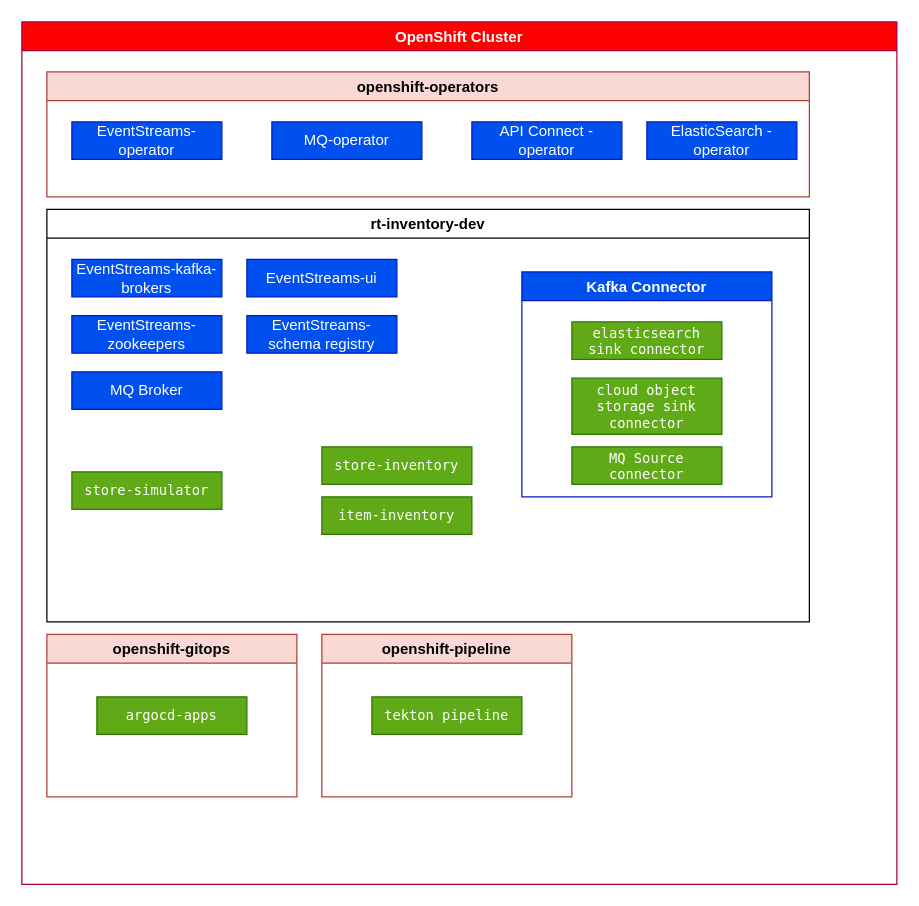
Above: docs/diagrams/hl-view.drawio in ibm-cloud-architecture/eda-rt-inventory-gitops (draw.io), before the change. Source tidied: cells renumbered, new cells numbered last; positions are measured from the earlier drawing's top-left corner, leaving out a move shared by most shapes. Both pictures are drawn from the tidied source at 125%, with x=0, y=0 at pixel (21, 21).
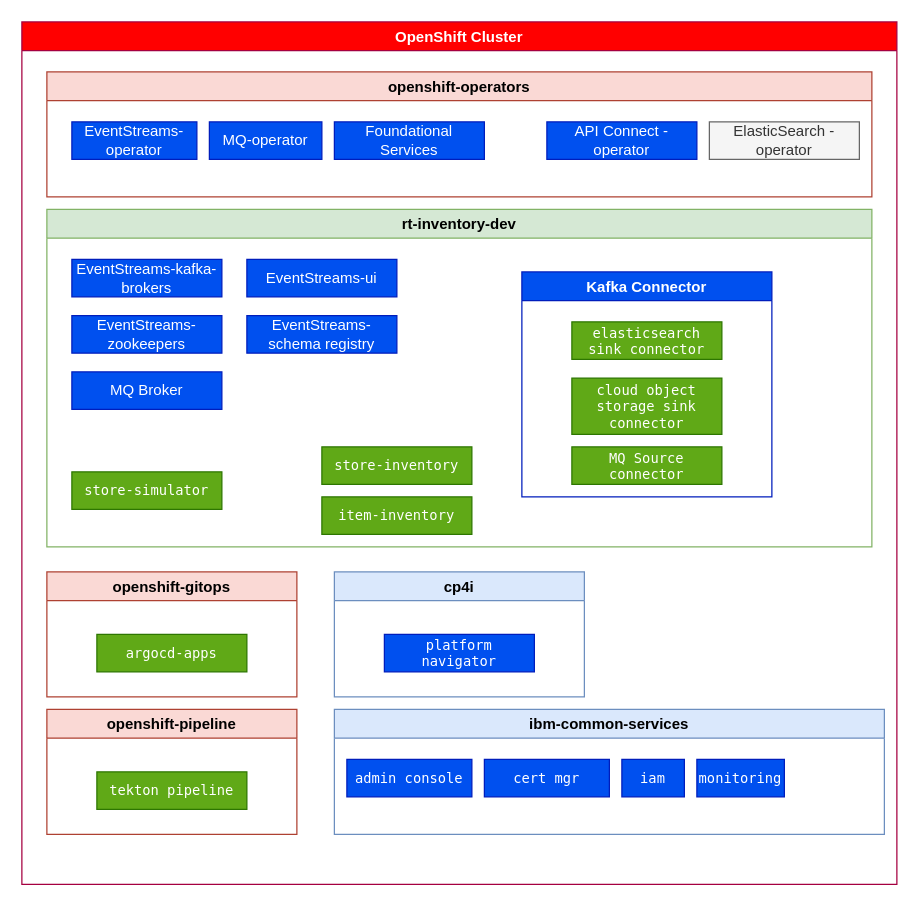
The same page after the edit.

Unchanged cells that the change refers to:
```xml
<mxCell id="2" value="OpenShift Cluster" style="swimlane;fillColor=#FF0000;fontColor=#ffffff;strokeColor=#A50040;" parent="1" vertex="1">
  <mxGeometry width="700" height="690" as="geometry" />
</mxCell>
```

Change to the diagram source:
```diff
@@
     <mxCell id="3" value="openshift-operators" style="swimlane;fillColor=#fad9d5;strokeColor=#ae4132;" parent="2" vertex="1">
-      <mxGeometry x="20" y="40" width="610" height="100" as="geometry" />
+      <mxGeometry x="20" y="40" width="660" height="100" as="geometry" />
     </mxCell>
     <mxCell id="4" value="EventStreams-operator" style="rounded=0;whiteSpace=wrap;html=1;fillColor=#0050ef;fontColor=#ffffff;strokeColor=#001DBC;" parent="3" vertex="1">
-      <mxGeometry x="20" y="40" width="120" height="30" as="geometry" />
+      <mxGeometry x="20" y="40" width="100" height="30" as="geometry" />
     </mxCell>
     <mxCell id="5" value="MQ-operator" style="rounded=0;whiteSpace=wrap;html=1;fillColor=#0050ef;fontColor=#ffffff;strokeColor=#001DBC;" parent="3" vertex="1">
-      <mxGeometry x="180" y="40" width="120" height="30" as="geometry" />
+      <mxGeometry x="130" y="40" width="90" height="30" as="geometry" />
     </mxCell>
     <mxCell id="6" value="API Connect -operator" style="rounded=0;whiteSpace=wrap;html=1;fillColor=#0050ef;fontColor=#ffffff;strokeColor=#001DBC;" parent="3" vertex="1">
-      <mxGeometry x="340" y="40" width="120" height="30" as="geometry" />
+      <mxGeometry x="400" y="40" width="120" height="30" as="geometry" />
     </mxCell>
-    <mxCell id="7" value="ElasticSearch -operator" style="rounded=0;whiteSpace=wrap;html=1;fillColor=#0050ef;fontColor=#ffffff;strokeColor=#001DBC;" parent="3" vertex="1">
-      <mxGeometry x="480" y="40" width="120" height="30" as="geometry" />
+    <mxCell id="7" value="ElasticSearch -operator" style="rounded=0;whiteSpace=wrap;html=1;fillColor=#f5f5f5;fontColor=#333333;strokeColor=#666666;" parent="3" vertex="1">
+      <mxGeometry x="530" y="40" width="120" height="30" as="geometry" />
     </mxCell>
+    <mxCell id="25" value="Foundational Services" style="rounded=0;whiteSpace=wrap;html=1;fillColor=#0050ef;fontColor=#ffffff;strokeColor=#001DBC;" parent="3" vertex="1">
+      <mxGeometry x="230" y="40" width="120" height="30" as="geometry" />
+    </mxCell>
-    <mxCell id="8" value="rt-inventory-dev" style="swimlane;" parent="2" vertex="1">
-      <mxGeometry x="20" y="150" width="610" height="330" as="geometry" />
+    <mxCell id="8" value="rt-inventory-dev" style="swimlane;fillColor=#d5e8d4;strokeColor=#82b366;" parent="2" vertex="1">
+      <mxGeometry x="20" y="150" width="660" height="270" as="geometry" />
     </mxCell>
@@
     <mxCell id="21" value="openshift-gitops" style="swimlane;fillColor=#fad9d5;strokeColor=#ae4132;" parent="2" vertex="1">
-      <mxGeometry x="20" y="490" width="200" height="130" as="geometry" />
+      <mxGeometry x="20" y="440" width="200" height="100" as="geometry" />
     </mxCell>
@@
     <mxCell id="23" value="openshift-pipeline" style="swimlane;fillColor=#fad9d5;strokeColor=#ae4132;" parent="2" vertex="1">
-      <mxGeometry x="240" y="490" width="200" height="130" as="geometry" />
+      <mxGeometry x="20" y="550" width="200" height="100" as="geometry" />
     </mxCell>
@@
+    <mxCell id="26" value="cp4i" style="swimlane;fillColor=#dae8fc;strokeColor=#6c8ebf;" parent="2" vertex="1">
+      <mxGeometry x="250" y="440" width="200" height="100" as="geometry" />
+    </mxCell>
+    <mxCell id="27" value="&lt;p class=&quot;p1&quot; style=&quot;margin: 0px ; font-stretch: normal ; font-size: 11px ; line-height: normal ; font-family: &amp;#34;menlo&amp;#34;&quot;&gt;&lt;span class=&quot;s1&quot;&gt;platform navigator&lt;/span&gt;&lt;/p&gt;" style="rounded=0;whiteSpace=wrap;html=1;fillColor=#0050ef;fontColor=#ffffff;strokeColor=#001DBC;" parent="26" vertex="1">
+      <mxGeometry x="40" y="50" width="120" height="30" as="geometry" />
+    </mxCell>
+    <mxCell id="28" value="ibm-common-services" style="swimlane;fillColor=#dae8fc;strokeColor=#6c8ebf;" parent="2" vertex="1">
+      <mxGeometry x="250" y="550" width="440" height="100" as="geometry" />
+    </mxCell>
+    <mxCell id="29" value="&lt;p class=&quot;p1&quot; style=&quot;margin: 0px ; font-stretch: normal ; font-size: 11px ; line-height: normal ; font-family: &amp;#34;menlo&amp;#34;&quot;&gt;&lt;span class=&quot;s1&quot;&gt;admin console&lt;/span&gt;&lt;/p&gt;" style="rounded=0;whiteSpace=wrap;html=1;fillColor=#0050ef;fontColor=#ffffff;strokeColor=#001DBC;" parent="28" vertex="1">
+      <mxGeometry x="10" y="40" width="100" height="30" as="geometry" />
+    </mxCell>
+    <mxCell id="30" value="&lt;p class=&quot;p1&quot; style=&quot;margin: 0px ; font-stretch: normal ; font-size: 11px ; line-height: normal ; font-family: &amp;#34;menlo&amp;#34;&quot;&gt;&lt;span class=&quot;s1&quot;&gt;cert mgr&lt;/span&gt;&lt;/p&gt;" style="rounded=0;whiteSpace=wrap;html=1;fillColor=#0050ef;fontColor=#ffffff;strokeColor=#001DBC;" parent="28" vertex="1">
+      <mxGeometry x="120" y="40" width="100" height="30" as="geometry" />
+    </mxCell>
+    <mxCell id="31" value="&lt;p class=&quot;p1&quot; style=&quot;margin: 0px ; font-stretch: normal ; font-size: 11px ; line-height: normal ; font-family: &amp;#34;menlo&amp;#34;&quot;&gt;&lt;span class=&quot;s1&quot;&gt;iam&lt;/span&gt;&lt;/p&gt;" style="rounded=0;whiteSpace=wrap;html=1;fillColor=#0050ef;fontColor=#ffffff;strokeColor=#001DBC;" parent="28" vertex="1">
+      <mxGeometry x="230" y="40" width="50" height="30" as="geometry" />
+    </mxCell>
+    <mxCell id="32" value="&lt;p class=&quot;p1&quot; style=&quot;margin: 0px ; font-stretch: normal ; font-size: 11px ; line-height: normal ; font-family: &amp;#34;menlo&amp;#34;&quot;&gt;&lt;span class=&quot;s1&quot;&gt;monitoring&lt;/span&gt;&lt;/p&gt;" style="rounded=0;whiteSpace=wrap;html=1;fillColor=#0050ef;fontColor=#ffffff;strokeColor=#001DBC;" parent="28" vertex="1">
+      <mxGeometry x="290" y="40" width="70" height="30" as="geometry" />
+    </mxCell>
```
